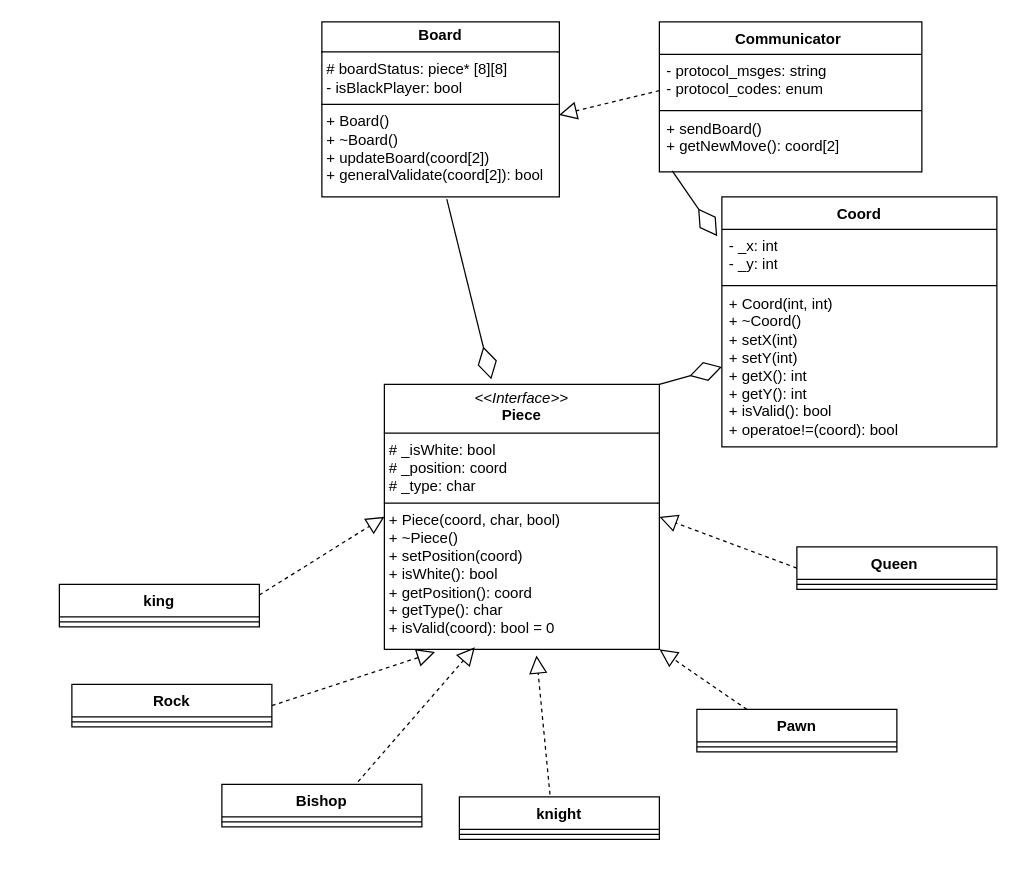
Before: ChessGame_frontend_UML.drawio in ShonPis1/ChessTeam4, a draw.io diagram. Source tidied: cells renumbered, new cells numbered last; positions are measured from the earlier drawing's top-left corner, leaving out a move shared by most shapes. Both pictures are drawn from the tidied source at 125%, with x=0, y=0 at pixel (59, 21).
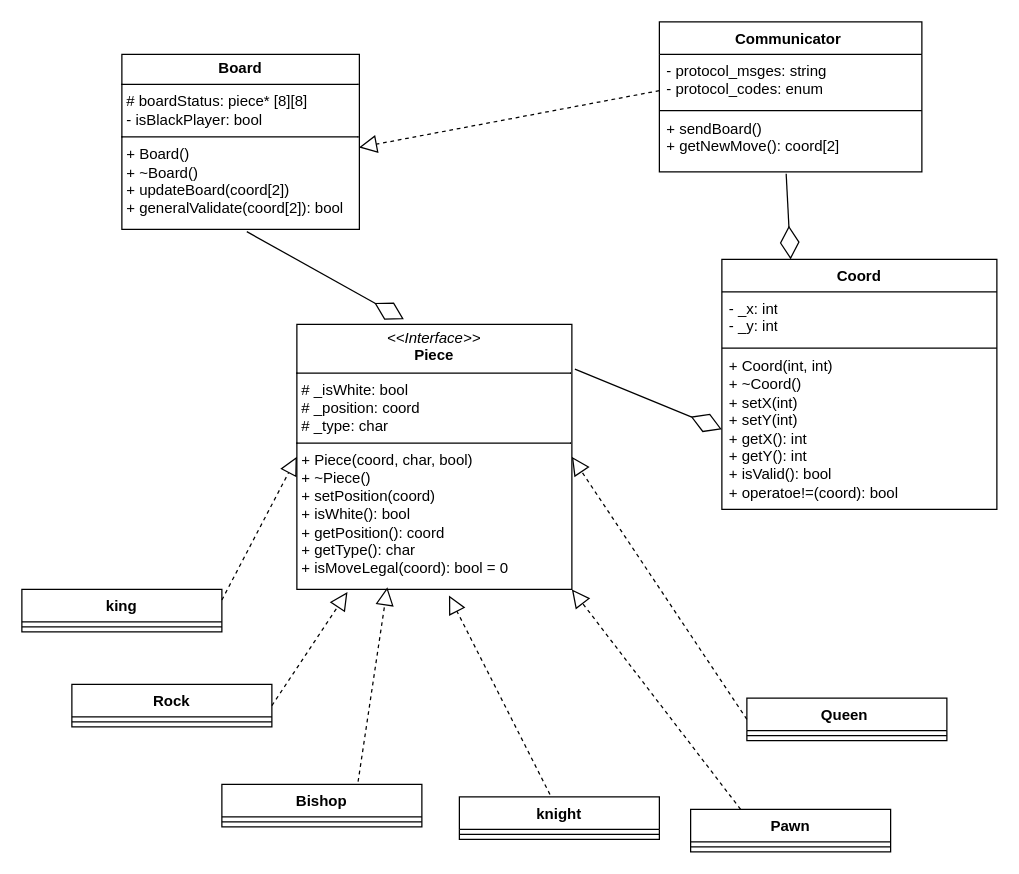
The same diagram, later.

The change refers to these unchanged cells:
```xml
<mxCell id="7" value="+ sendBoard()&lt;div&gt;+ getNewMove(): coord[2]&lt;/div&gt;" style="text;strokeColor=none;fillColor=none;align=left;verticalAlign=top;spacingLeft=4;spacingRight=4;overflow=hidden;points=[[0,0.5],[1,0.5]];portConstraint=eastwest;whiteSpace=wrap;html=1;" parent="4" vertex="1">
  <mxGeometry y="72" width="210" height="48" as="geometry" />
</mxCell>
<mxCell id="31" value="- _x: int&lt;div&gt;- _y: int&lt;/div&gt;&lt;div&gt;&amp;nbsp;&lt;div&gt;&lt;br&gt;&lt;/div&gt;&lt;/div&gt;" style="text;strokeColor=none;fillColor=none;align=left;verticalAlign=top;spacingLeft=4;spacingRight=4;overflow=hidden;points=[[0,0.5],[1,0.5]];portConstraint=eastwest;whiteSpace=wrap;html=1;" parent="30" vertex="1">
  <mxGeometry y="26" width="220" height="44" as="geometry" />
</mxCell>
<mxCell id="33" value="+ Coord(int, int)&lt;div&gt;+ ~Coord()&lt;/div&gt;&lt;div&gt;+ setX(int)&lt;/div&gt;&lt;div&gt;+ setY(int)&lt;/div&gt;&lt;div&gt;+ getX(): int&amp;nbsp;&lt;/div&gt;&lt;div&gt;+ getY(): int&amp;nbsp;&lt;/div&gt;&lt;div&gt;+ isValid(): bool&amp;nbsp;&lt;/div&gt;&lt;div&gt;+ operatoe!=(coord): bool&amp;nbsp;&lt;/div&gt;" style="text;strokeColor=none;fillColor=none;align=left;verticalAlign=top;spacingLeft=4;spacingRight=4;overflow=hidden;points=[[0,0.5],[1,0.5]];portConstraint=eastwest;whiteSpace=wrap;html=1;" parent="30" vertex="1">
  <mxGeometry y="72" width="220" height="128" as="geometry" />
</mxCell>
```

Change to the diagram source:
```diff
@@
-    <mxCell id="2" value="&lt;p style=&quot;margin:0px;margin-top:4px;text-align:center;&quot;&gt;&lt;i&gt;&amp;lt;&amp;lt;Interface&amp;gt;&amp;gt;&lt;/i&gt;&lt;br&gt;&lt;b&gt;Piece&lt;/b&gt;&lt;/p&gt;&lt;hr size=&quot;1&quot; style=&quot;border-style:solid;&quot;&gt;&lt;p style=&quot;margin:0px;margin-left:4px;&quot;&gt;# _isWhite: bool&lt;br&gt;# _position: coord&lt;/p&gt;&lt;p style=&quot;margin:0px;margin-left:4px;&quot;&gt;# _type: char&lt;/p&gt;&lt;hr size=&quot;1&quot; style=&quot;border-style:solid;&quot;&gt;&lt;p style=&quot;margin:0px;margin-left:4px;&quot;&gt;+ Piece(coord, char, bool)&lt;/p&gt;&lt;p style=&quot;margin:0px;margin-left:4px;&quot;&gt;+ ~Piece()&lt;/p&gt;&lt;p style=&quot;margin:0px;margin-left:4px;&quot;&gt;+ setPosition(coord)&lt;/p&gt;&lt;p style=&quot;margin:0px;margin-left:4px;&quot;&gt;+ isWhite(): bool&lt;/p&gt;&lt;p style=&quot;margin:0px;margin-left:4px;&quot;&gt;+ getPosition(): coord&lt;/p&gt;&lt;p style=&quot;margin:0px;margin-left:4px;&quot;&gt;+ getType(): char&amp;nbsp;&lt;/p&gt;&lt;p style=&quot;margin:0px;margin-left:4px;&quot;&gt;+ isValid(coord): bool = 0&lt;/p&gt;&lt;p style=&quot;margin:0px;margin-left:4px;&quot;&gt;&lt;br&gt;&lt;/p&gt;" style="verticalAlign=top;align=left;overflow=fill;html=1;whiteSpace=wrap;" parent="1" vertex="1">
-      <mxGeometry x="260" y="290" width="220" height="212" as="geometry" />
+    <mxCell id="2" value="&lt;p style=&quot;margin:0px;margin-top:4px;text-align:center;&quot;&gt;&lt;i&gt;&amp;lt;&amp;lt;Interface&amp;gt;&amp;gt;&lt;/i&gt;&lt;br&gt;&lt;b&gt;Piece&lt;/b&gt;&lt;/p&gt;&lt;hr size=&quot;1&quot; style=&quot;border-style:solid;&quot;&gt;&lt;p style=&quot;margin:0px;margin-left:4px;&quot;&gt;# _isWhite: bool&lt;br&gt;# _position: coord&lt;/p&gt;&lt;p style=&quot;margin:0px;margin-left:4px;&quot;&gt;# _type: char&lt;/p&gt;&lt;hr size=&quot;1&quot; style=&quot;border-style:solid;&quot;&gt;&lt;p style=&quot;margin:0px;margin-left:4px;&quot;&gt;+ Piece(coord, char, bool)&lt;/p&gt;&lt;p style=&quot;margin:0px;margin-left:4px;&quot;&gt;+ ~Piece()&lt;/p&gt;&lt;p style=&quot;margin:0px;margin-left:4px;&quot;&gt;+ setPosition(coord)&lt;/p&gt;&lt;p style=&quot;margin:0px;margin-left:4px;&quot;&gt;+ isWhite(): bool&lt;/p&gt;&lt;p style=&quot;margin:0px;margin-left:4px;&quot;&gt;+ getPosition(): coord&lt;/p&gt;&lt;p style=&quot;margin:0px;margin-left:4px;&quot;&gt;+ getType(): char&amp;nbsp;&lt;/p&gt;&lt;p style=&quot;margin:0px;margin-left:4px;&quot;&gt;+ isMoveLegal(coord): bool = 0&lt;/p&gt;&lt;p style=&quot;margin:0px;margin-left:4px;&quot;&gt;&lt;br&gt;&lt;/p&gt;" style="verticalAlign=top;align=left;overflow=fill;html=1;whiteSpace=wrap;" parent="1" vertex="1">
+      <mxGeometry x="190" y="242" width="220" height="212" as="geometry" />
     </mxCell>
     <mxCell id="3" value="&lt;p style=&quot;margin:0px;margin-top:4px;text-align:center;&quot;&gt;&lt;b&gt;Board&lt;/b&gt;&lt;/p&gt;&lt;hr size=&quot;1&quot; style=&quot;border-style:solid;&quot;&gt;&lt;p style=&quot;margin:0px;margin-left:4px;&quot;&gt;# boardStatus: piece* [8][8]&lt;/p&gt;&lt;p style=&quot;margin:0px;margin-left:4px;&quot;&gt;- isBlackPlayer: bool&lt;/p&gt;&lt;hr size=&quot;1&quot; style=&quot;border-style:solid;&quot;&gt;&lt;p style=&quot;margin:0px;margin-left:4px;&quot;&gt;+ Board()&lt;/p&gt;&lt;p style=&quot;margin:0px;margin-left:4px;&quot;&gt;+ ~Board()&lt;/p&gt;&lt;p style=&quot;margin:0px;margin-left:4px;&quot;&gt;+ updateBoard(coord[2])&lt;/p&gt;&lt;p style=&quot;margin:0px;margin-left:4px;&quot;&gt;+ generalValidate(coord[2]): bool&lt;/p&gt;&lt;p style=&quot;margin:0px;margin-left:4px;&quot;&gt;&lt;br&gt;&lt;/p&gt;&lt;p style=&quot;margin:0px;margin-left:4px;&quot;&gt;&lt;br&gt;&lt;/p&gt;" style="verticalAlign=top;align=left;overflow=fill;html=1;whiteSpace=wrap;" parent="1" vertex="1">
-      <mxGeometry x="210" width="190" height="140" as="geometry" />
+      <mxGeometry x="50" y="26" width="190" height="140" as="geometry" />
     </mxCell>
@@
     <mxCell id="10" value="king" style="swimlane;fontStyle=1;align=center;verticalAlign=top;horizontal=1;startSize=26;whiteSpace=wrap;html=1;" parent="1" vertex="1">
-      <mxGeometry y="450" width="160" height="34" as="geometry" />
+      <mxGeometry x="-30" y="454" width="160" height="34" as="geometry" />
     </mxCell>
@@
     <mxCell id="13" value="Queen&amp;nbsp;" style="swimlane;fontStyle=1;align=center;verticalAlign=top;horizontal=1;startSize=26;whiteSpace=wrap;html=1;" parent="1" vertex="1">
-      <mxGeometry x="590" y="420" width="160" height="34" as="geometry" />
+      <mxGeometry x="550" y="541" width="160" height="34" as="geometry" />
     </mxCell>
@@
     <mxCell id="22" value="Pawn" style="swimlane;fontStyle=1;align=center;verticalAlign=top;horizontal=1;startSize=26;whiteSpace=wrap;html=1;" parent="1" vertex="1">
-      <mxGeometry x="510" y="550" width="160" height="34" as="geometry" />
+      <mxGeometry x="505" y="630" width="160" height="34" as="geometry" />
     </mxCell>
@@
-    <mxCell id="28" style="endArrow=diamondThin;endFill=0;endSize=24;html=1;rounded=0;exitX=1;exitY=0;exitDx=0;exitDy=0;entryX=0;entryY=0.5;entryDx=0;entryDy=0;" parent="1" edge="1" source="2" target="33">
+    <mxCell id="28" style="endArrow=diamondThin;endFill=0;endSize=24;html=1;rounded=0;exitX=1.011;exitY=0.169;exitDx=0;exitDy=0;entryX=0;entryY=0.5;entryDx=0;entryDy=0;exitPerimeter=0;" parent="1" edge="1" source="2" target="33">
       <mxGeometry relative="1" as="geometry" />
     </mxCell>
-    <mxCell id="29" style="endArrow=diamondThin;endFill=0;endSize=24;html=1;rounded=0;exitX=0.049;exitY=0.984;exitDx=0;exitDy=0;exitPerimeter=0;entryX=-0.017;entryY=0.124;entryDx=0;entryDy=0;entryPerimeter=0;" parent="1" edge="1" source="7" target="31">
+    <mxCell id="29" style="endArrow=diamondThin;endFill=0;endSize=24;html=1;rounded=0;exitX=0.483;exitY=1.031;exitDx=0;exitDy=0;exitPerimeter=0;entryX=0.25;entryY=0;entryDx=0;entryDy=0;" parent="1" edge="1" source="7" target="30">
       <mxGeometry relative="1" as="geometry" />
     </mxCell>
     <mxCell id="30" value="Coord" style="swimlane;fontStyle=1;align=center;verticalAlign=top;horizontal=1;startSize=26;whiteSpace=wrap;html=1;" parent="1" vertex="1">
-      <mxGeometry x="530" y="140" width="220" height="200" as="geometry" />
+      <mxGeometry x="530" y="190" width="220" height="200" as="geometry" />
     </mxCell>
```
